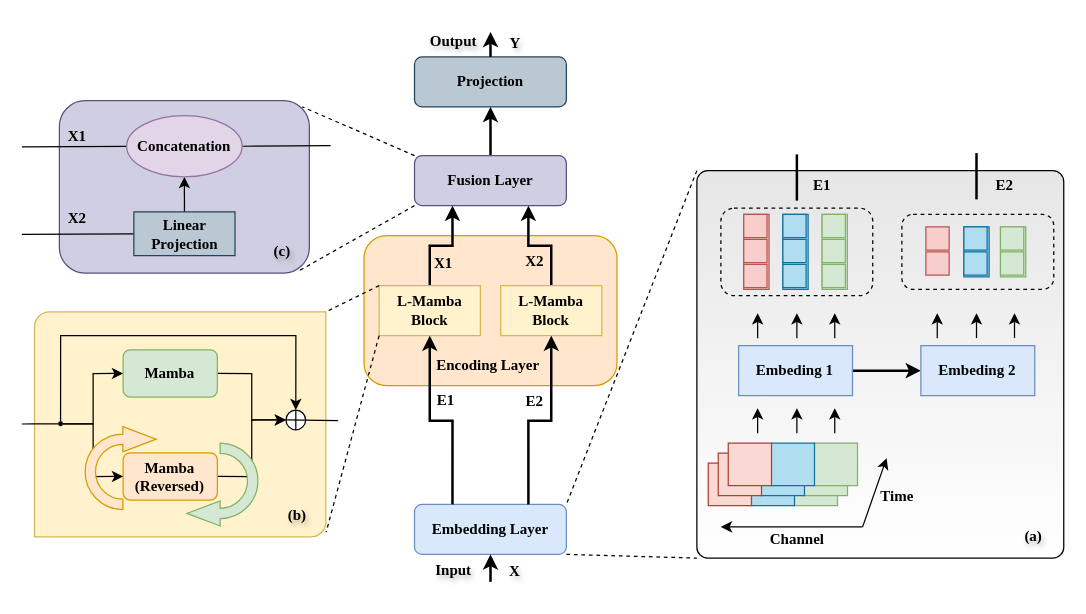
Above: page "L-Mamba" (6 of 7) of pics/my_model.drawio in nanxi666/TimeMachine (draw.io), before the change. Source tidied: cells renumbered, new cells numbered last; positions are measured from the earlier drawing's top-left corner, leaving out a move shared by most shapes. Both pictures are drawn from the tidied source at 125%, with x=0, y=0 at pixel (21, 31).
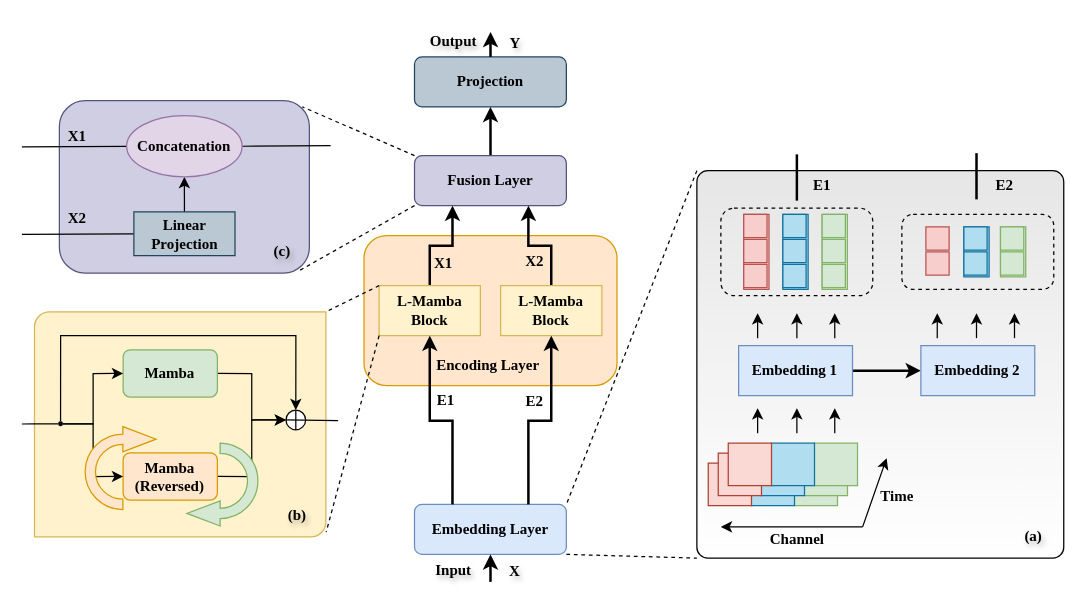
After the change.

The change refers to these unchanged cells:
```xml
<mxCell id="2" style="group;" parent="1" vertex="1">
  <mxGeometry width="833.5" height="440" as="geometry" />
</mxCell>
```

Change to the diagram source:
```diff
@@
-    <mxCell id="33" value="Embeding 1" style="rounded=0;whiteSpace=wrap;html=1;fillColor=#dae8fc;strokeColor=#6c8ebf;fontFamily=Times New Roman;fontStyle=1;" parent="2" vertex="1">
+    <mxCell id="33" value="Embedding 1" style="rounded=0;whiteSpace=wrap;html=1;fillColor=#dae8fc;strokeColor=#6c8ebf;fontFamily=Times New Roman;fontStyle=1;" parent="2" vertex="1">
       <mxGeometry x="573.4" y="251" width="91.1" height="40" as="geometry" />
     </mxCell>
-    <mxCell id="34" value="Embeding 2" style="rounded=0;whiteSpace=wrap;html=1;fillColor=#dae8fc;strokeColor=#6c8ebf;fontFamily=Times New Roman;fontStyle=1;" parent="2" vertex="1">
+    <mxCell id="34" value="Embedding 2" style="rounded=0;whiteSpace=wrap;html=1;fillColor=#dae8fc;strokeColor=#6c8ebf;fontFamily=Times New Roman;fontStyle=1;" parent="2" vertex="1">
       <mxGeometry x="719.2" y="251" width="91.1" height="40" as="geometry" />
     </mxCell>
```
